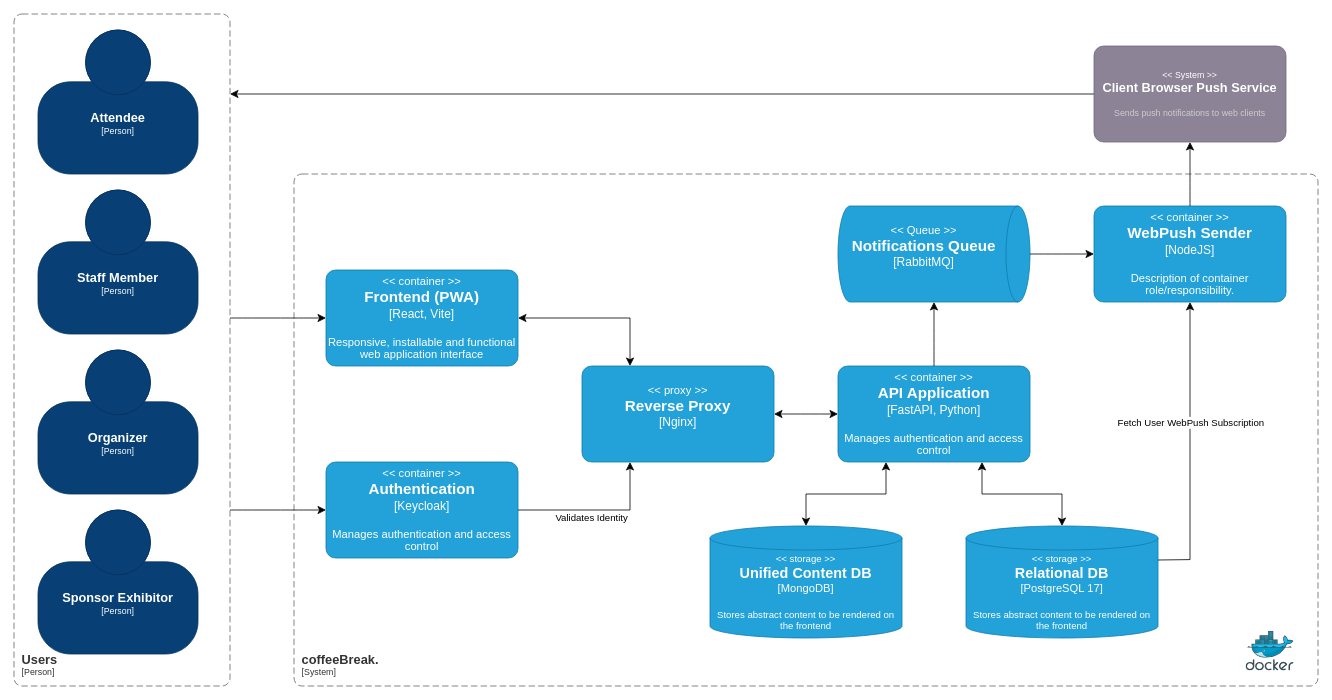
PI-coffeeBreak/diagrams keeps this draw.io diagram as page "ContainersDiagramC4" (5 of 15) of coffeeBreak.drawio. Above is the earlier version. Source tidied: cells renumbered, new cells numbered last; positions are measured from the earlier drawing's top-left corner, leaving out a move shared by most shapes. Both pictures are drawn from the tidied source at 80%, with x=0, y=0 at pixel (14, 14).
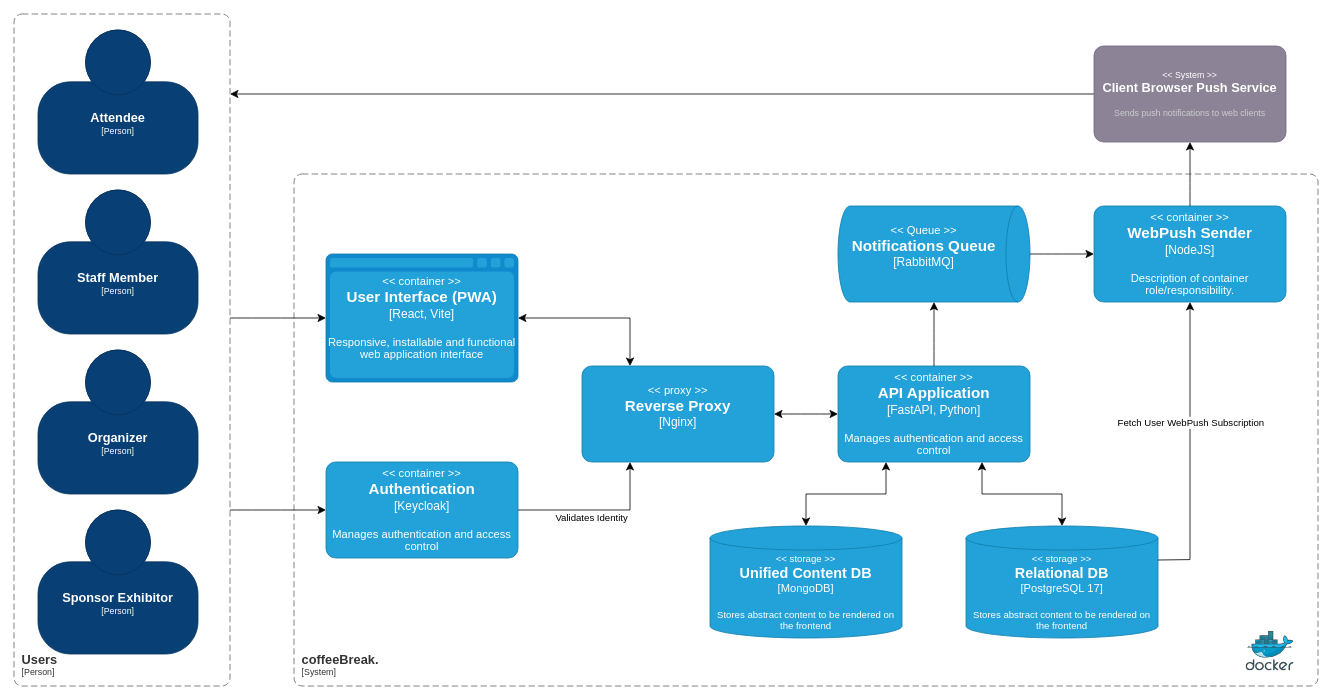
Above is the later version.

Unchanged cells that the change refers to:
```xml
<object id="2" label="&lt;font style=&quot;font-size: 14px&quot;&gt;&lt;div&gt;&lt;&lt; %c4Type% &gt;&gt;&lt;/div&gt;&lt;/font&gt;&lt;font style=&quot;font-size: 19px&quot;&gt;&lt;/div&gt;&lt;b&gt;%c4Name%&lt;/b&gt;&lt;/font&gt;&#10;&lt;font style=&quot;font-size: 15px&quot;&gt;&lt;div&gt;[%c4Technology%]&lt;/div&gt;&lt;/font&gt;&lt;br&gt;&lt;div&gt;&lt;font style=&quot;font-size: 14px&quot;&gt;%c4Description%&lt;/font&gt;&lt;/div&gt;" c4Description="" c4Name="Reverse Proxy" c4Technology="Nginx" c4Type="proxy" placeholders="1">
  <mxCell style="rounded=1;whiteSpace=wrap;html=1;fontSize=11;labelBackgroundColor=none;fillColor=#23A2D9;fontColor=#ffffff;align=center;arcSize=10;strokeColor=#0E7DAD;points=[[0.25,0,0],[0.5,0,0],[0.75,0,0],[1,0.25,0],[1,0.5,0],[1,0.75,0],[0.75,1,0],[0.5,1,0],[0.25,1,0],[0,0.75,0],[0,0.5,0],[0,0.25,0]];" parent="1" vertex="1">
    <mxGeometry x="710" y="440" width="240" height="120" as="geometry" />
  </mxCell>
</object>
```

Change to the diagram source:
```diff
@@
+    <object id="32" label="&lt;font style=&quot;font-size: 14px&quot;&gt;&lt;div&gt;&lt;&lt; %c4Type% &gt;&gt;&lt;/div&gt;&lt;/font&gt;&lt;font style=&quot;font-size: 19px&quot;&gt;&lt;/div&gt;&lt;b&gt;%c4Name%&lt;/b&gt;&lt;/font&gt;&#10;&lt;font style=&quot;font-size: 15px&quot;&gt;&lt;div&gt;[%c4Technology%]&lt;/div&gt;&lt;/font&gt;&lt;br&gt;&lt;div&gt;&lt;font style=&quot;font-size: 14px&quot;&gt;%c4Description%&lt;/font&gt;&lt;/div&gt;" c4Description="Responsive, installable and functional web application interface" c4Name="User Interface (PWA)" c4Technology="React, Vite" c4Type="container" placeholders="1">
+      <mxCell style="shape=mxgraph.c4.webBrowserContainer2;whiteSpace=wrap;html=1;boundedLbl=1;rounded=0;labelBackgroundColor=none;strokeColor=#118ACD;fillColor=#23A2D9;strokeColor=#118ACD;strokeColor2=#0E7DAD;fontSize=12;fontColor=#ffffff;align=center;points=[[0.5,0,0],[1,0.25,0],[1,0.5,0],[1,0.75,0],[0.5,1,0],[0,0.75,0],[0,0.5,0],[0,0.25,0]];" parent="1" vertex="1">
+        <mxGeometry x="390" y="300" width="240" height="160" as="geometry" />
+      </mxCell>
+    </object>
@@
-    <object id="10" label="&lt;font style=&quot;font-size: 14px&quot;&gt;&lt;div&gt;&lt;&lt; %c4Type% &gt;&gt;&lt;/div&gt;&lt;/font&gt;&lt;font style=&quot;font-size: 19px&quot;&gt;&lt;/div&gt;&lt;b&gt;%c4Name%&lt;/b&gt;&lt;/font&gt;&#10;&lt;font style=&quot;font-size: 15px&quot;&gt;&lt;div&gt;[%c4Technology%]&lt;/div&gt;&lt;/font&gt;&lt;br&gt;&lt;div&gt;&lt;font style=&quot;font-size: 14px&quot;&gt;%c4Description%&lt;/font&gt;&lt;/div&gt;" c4Description="Responsive, installable and functional web application interface" c4Name="Frontend (PWA)" c4Technology="React, Vite" c4Type="container" placeholders="1">
-      <mxCell style="rounded=1;whiteSpace=wrap;html=1;fontSize=11;labelBackgroundColor=none;fillColor=#23A2D9;fontColor=#ffffff;align=center;arcSize=10;strokeColor=#0E7DAD;points=[[0.25,0,0],[0.5,0,0],[0.75,0,0],[1,0.25,0],[1,0.5,0],[1,0.75,0],[0.75,1,0],[0.5,1,0],[0.25,1,0],[0,0.75,0],[0,0.5,0],[0,0.25,0]];" parent="1" vertex="1">
-        <mxGeometry x="390" y="320" width="240" height="120" as="geometry" />
-      </mxCell>
-    </object>
@@
-    <mxCell id="19" style="edgeStyle=none;curved=0;rounded=0;jettySize=auto;html=1;exitX=1;exitY=0.5;exitDx=0;exitDy=0;exitPerimeter=0;entryX=0.25;entryY=0;entryDx=0;entryDy=0;entryPerimeter=0;fontSize=12;startSize=8;endSize=8;startArrow=classic;startFill=1;" parent="1" edge="1" source="10" target="2">
+    <mxCell id="19" style="edgeStyle=none;curved=0;rounded=0;jettySize=auto;html=1;exitX=1;exitY=0.5;exitDx=0;exitDy=0;exitPerimeter=0;entryX=0.25;entryY=0;entryDx=0;entryDy=0;entryPerimeter=0;fontSize=12;startSize=8;endSize=8;startArrow=classic;startFill=1;" parent="1" edge="1" source="32" target="2">
       <mxGeometry relative="1" as="geometry">
         <Array as="points">
           <mxPoint x="770" y="380" />
         </Array>
       </mxGeometry>
     </mxCell>
@@
-    <mxCell id="29" style="endArrow=classic;html=1;rounded=0;fontSize=12;startSize=8;endSize=8;curved=1;entryX=0;entryY=0.5;entryDx=0;entryDy=0;entryPerimeter=0;" parent="1" edge="1" target="10">
+    <mxCell id="29" style="endArrow=classic;html=1;rounded=0;fontSize=12;startSize=8;endSize=8;curved=1;entryX=0;entryY=0.5;entryDx=0;entryDy=0;entryPerimeter=0;" parent="1" edge="1" target="32">
       <mxGeometry relative="1" as="geometry">
         <mxPoint x="270" y="380" as="sourcePoint" />
       </mxGeometry>
     </mxCell>
```
